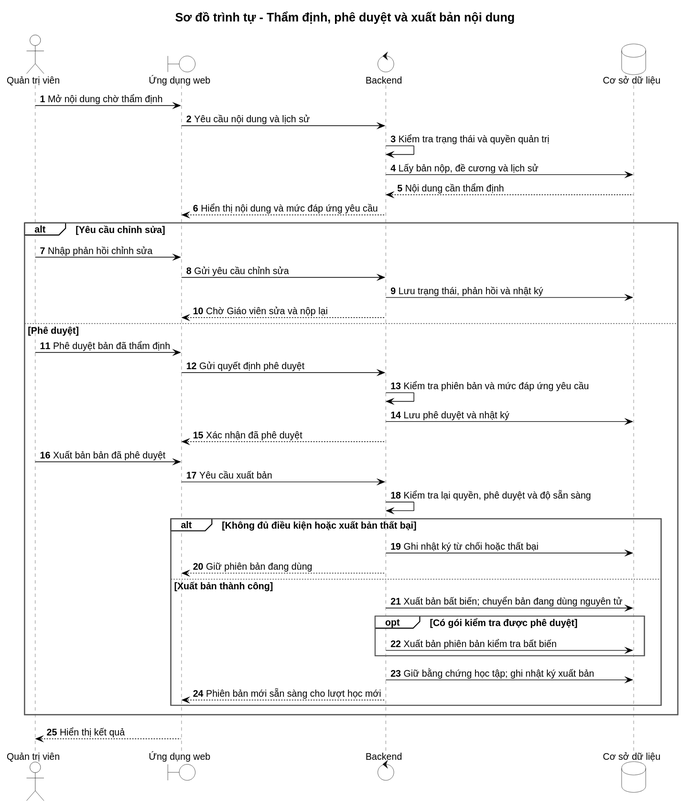
The PlantUML diagram docs/modeling/current-target/rendered/SEQ-04-review-approve-publish.svg in PhamNguyenThanhTung/lingora-workspace, before a commit. The source it was exported from:
```plantuml
@startuml
!include ../style.puml
title Sơ đồ trình tự - Thẩm định, phê duyệt và xuất bản nội dung
autonumber
actor "Quản trị viên" as Admin
boundary "Ứng dụng web" as Web
control "Backend" as Server
database "Cơ sở dữ liệu" as DB

Admin -> Web : Mở nội dung chờ thẩm định
Web -> Server : Yêu cầu nội dung và lịch sử
Server -> Server : Kiểm tra trạng thái và quyền quản trị
Server -> DB : Lấy bản nộp, đề cương và lịch sử
DB --> Server : Nội dung cần thẩm định
Server --> Web : Hiển thị nội dung và mức đáp ứng yêu cầu
alt Yêu cầu chỉnh sửa
  Admin -> Web : Nhập phản hồi chỉnh sửa
  Web -> Server : Gửi yêu cầu chỉnh sửa
  Server -> DB : Lưu trạng thái, phản hồi và nhật ký
  Server --> Web : Chờ Giáo viên sửa và nộp lại
else Phê duyệt
  Admin -> Web : Phê duyệt bản đã thẩm định
  Web -> Server : Gửi quyết định phê duyệt
  Server -> Server : Kiểm tra phiên bản và mức đáp ứng yêu cầu
  Server -> DB : Lưu phê duyệt và nhật ký
  Server --> Web : Xác nhận đã phê duyệt
  Admin -> Web : Xuất bản bản đã phê duyệt
  Web -> Server : Yêu cầu xuất bản
  Server -> Server : Kiểm tra lại quyền, phê duyệt và độ sẵn sàng
  alt Không đủ điều kiện hoặc xuất bản thất bại
    Server -> DB : Ghi nhật ký từ chối hoặc thất bại
    Server --> Web : Giữ phiên bản đang dùng
  else Xuất bản thành công
    Server -> DB : Xuất bản bất biến; chuyển bản đang dùng nguyên tử
    opt Có gói kiểm tra được phê duyệt
      Server -> DB : Xuất bản phiên bản kiểm tra bất biến
    end
    Server -> DB : Giữ bằng chứng học tập; ghi nhật ký xuất bản
    Server --> Web : Phiên bản mới sẵn sàng cho lượt học mới
  end
end
Web --> Admin : Hiển thị kết quả
@enduml
```
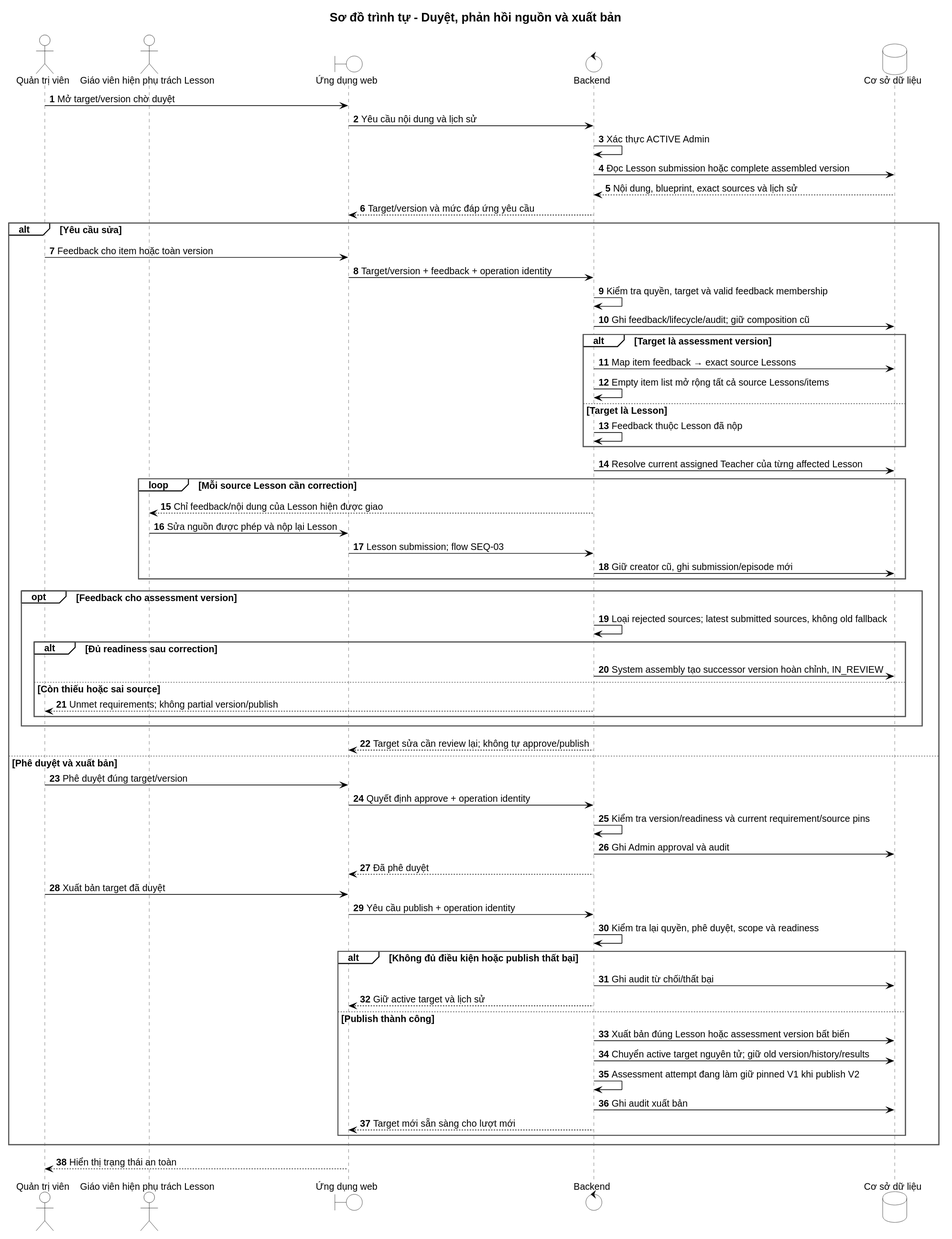
After the commit.

Change to the diagram source:
```diff
@@ -1,43 +1,64 @@
 @startuml
 !include ../style.puml
-title Sơ đồ trình tự - Thẩm định, phê duyệt và xuất bản nội dung
+title Sơ đồ trình tự - Duyệt, phản hồi nguồn và xuất bản
 autonumber
 actor "Quản trị viên" as Admin
+actor "Giáo viên hiện phụ trách Lesson" as Teacher
 boundary "Ứng dụng web" as Web
 control "Backend" as Server
 database "Cơ sở dữ liệu" as DB
-
-Admin -> Web : Mở nội dung chờ thẩm định
+Admin -> Web : Mở target/version chờ duyệt
 Web -> Server : Yêu cầu nội dung và lịch sử
-Server -> Server : Kiểm tra trạng thái và quyền quản trị
-Server -> DB : Lấy bản nộp, đề cương và lịch sử
-DB --> Server : Nội dung cần thẩm định
-Server --> Web : Hiển thị nội dung và mức đáp ứng yêu cầu
-alt Yêu cầu chỉnh sửa
-  Admin -> Web : Nhập phản hồi chỉnh sửa
-  Web -> Server : Gửi yêu cầu chỉnh sửa
-  Server -> DB : Lưu trạng thái, phản hồi và nhật ký
-  Server --> Web : Chờ Giáo viên sửa và nộp lại
-else Phê duyệt
-  Admin -> Web : Phê duyệt bản đã thẩm định
-  Web -> Server : Gửi quyết định phê duyệt
-  Server -> Server : Kiểm tra phiên bản và mức đáp ứng yêu cầu
-  Server -> DB : Lưu phê duyệt và nhật ký
-  Server --> Web : Xác nhận đã phê duyệt
-  Admin -> Web : Xuất bản bản đã phê duyệt
-  Web -> Server : Yêu cầu xuất bản
-  Server -> Server : Kiểm tra lại quyền, phê duyệt và độ sẵn sàng
-  alt Không đủ điều kiện hoặc xuất bản thất bại
-    Server -> DB : Ghi nhật ký từ chối hoặc thất bại
-    Server --> Web : Giữ phiên bản đang dùng
-  else Xuất bản thành công
-    Server -> DB : Xuất bản bất biến; chuyển bản đang dùng nguyên tử
-    opt Có gói kiểm tra được phê duyệt
-      Server -> DB : Xuất bản phiên bản kiểm tra bất biến
+Server -> Server : Xác thực ACTIVE Admin
+Server -> DB : Đọc Lesson submission hoặc complete assembled version
+DB --> Server : Nội dung, blueprint, exact sources và lịch sử
+Server --> Web : Target/version và mức đáp ứng yêu cầu
+alt Yêu cầu sửa
+  Admin -> Web : Feedback cho item hoặc toàn version
+  Web -> Server : Target/version + feedback + operation identity
+  Server -> Server : Kiểm tra quyền, target và valid feedback membership
+  Server -> DB : Ghi feedback/lifecycle/audit; giữ composition cũ
+  alt Target là assessment version
+    Server -> DB : Map item feedback → exact source Lessons
+    Server -> Server : Empty item list mở rộng tất cả source Lessons/items
+  else Target là Lesson
+    Server -> Server : Feedback thuộc Lesson đã nộp
+  end
+  Server -> DB : Resolve current assigned Teacher của từng affected Lesson
+  loop Mỗi source Lesson cần correction
+    Server --> Teacher : Chỉ feedback/nội dung của Lesson hiện được giao
+    Teacher -> Web : Sửa nguồn được phép và nộp lại Lesson
+    Web -> Server : Lesson submission; flow SEQ-03
+    Server -> DB : Giữ creator cũ, ghi submission/episode mới
+  end
+  opt Feedback cho assessment version
+    Server -> Server : Loại rejected sources; latest submitted sources, không old fallback
+    alt Đủ readiness sau correction
+      Server -> DB : System assembly tạo successor version hoàn chỉnh, IN_REVIEW
+    else Còn thiếu hoặc sai source
+      Server --> Admin : Unmet requirements; không partial version/publish
     end
-    Server -> DB : Giữ bằng chứng học tập; ghi nhật ký xuất bản
-    Server --> Web : Phiên bản mới sẵn sàng cho lượt học mới
+  end
+  Server --> Web : Target sửa cần review lại; không tự approve/publish
+else Phê duyệt và xuất bản
+  Admin -> Web : Phê duyệt đúng target/version
+  Web -> Server : Quyết định approve + operation identity
+  Server -> Server : Kiểm tra version/readiness và current requirement/source pins
+  Server -> DB : Ghi Admin approval và audit
+  Server --> Web : Đã phê duyệt
+  Admin -> Web : Xuất bản target đã duyệt
+  Web -> Server : Yêu cầu publish + operation identity
+  Server -> Server : Kiểm tra lại quyền, phê duyệt, scope và readiness
+  alt Không đủ điều kiện hoặc publish thất bại
+    Server -> DB : Ghi audit từ chối/thất bại
+    Server --> Web : Giữ active target và lịch sử
+  else Publish thành công
+    Server -> DB : Xuất bản đúng Lesson hoặc assessment version bất biến
+    Server -> DB : Chuyển active target nguyên tử; giữ old version/history/results
+    Server -> Server : Assessment attempt đang làm giữ pinned V1 khi publish V2
+    Server -> DB : Ghi audit xuất bản
+    Server --> Web : Target mới sẵn sàng cho lượt mới
   end
 end
-Web --> Admin : Hiển thị kết quả
+Web --> Admin : Hiển thị trạng thái an toàn
 @enduml
```
